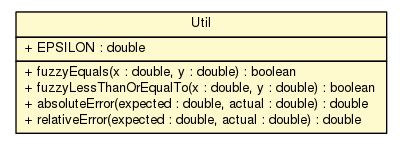
The Graphviz diagram doc/Utilities/Util.png in sinopeus/asteroids, before a commit. Its source is kept beside it as doc/Utilities/Util.dot. The source it was exported from:
```dot

digraph G {
	edge [fontname="Helvetica",fontsize=10,labelfontname="Helvetica",labelfontsize=10];
	node [fontname="Helvetica",fontsize=10,shape=plaintext];
	nodesep=0.25;
	ranksep=0.5;
	c17166 [label=<<table title="Utilities.Util" border="0" cellborder="1" cellspacing="0" cellpadding="2" port="p" bgcolor="lemonChiffon" href="./Util.html">
		<tr><td><table border="0" cellspacing="0" cellpadding="1">
<tr><td align="center" balign="center"> Util </td></tr>
		</table></td></tr>
		<tr><td><table border="0" cellspacing="0" cellpadding="1">
<tr><td align="left" balign="left"> + EPSILON : double </td></tr>
		</table></td></tr>
		<tr><td><table border="0" cellspacing="0" cellpadding="1">
<tr><td align="left" balign="left"> + fuzzyEquals(x : double, y : double) : boolean </td></tr>
<tr><td align="left" balign="left"> + fuzzyLessThanOrEqualTo(x : double, y : double) : boolean </td></tr>
<tr><td align="left" balign="left"> + absoluteError(expected : double, actual : double) : double </td></tr>
<tr><td align="left" balign="left"> + relativeError(expected : double, actual : double) : double </td></tr>
		</table></td></tr>
		</table>>, URL="./Util.html", fontname="Helvetica", fontcolor="black", fontsize=10.0];
}
```
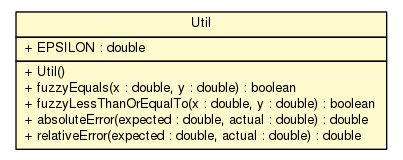
The same file after the commit.

Diff of the diagram source:
```diff
@@ -4,7 +4,7 @@
 	node [fontname="Helvetica",fontsize=10,shape=plaintext];
 	nodesep=0.25;
 	ranksep=0.5;
-	c17166 [label=<<table title="Utilities.Util" border="0" cellborder="1" cellspacing="0" cellpadding="2" port="p" bgcolor="lemonChiffon" href="./Util.html">
+	c17220 [label=<<table title="Utilities.Util" border="0" cellborder="1" cellspacing="0" cellpadding="2" port="p" bgcolor="lemonChiffon" href="./Util.html">
 		<tr><td><table border="0" cellspacing="0" cellpadding="1">
 <tr><td align="center" balign="center"> Util </td></tr>
 		</table></td></tr>
@@ -12,6 +12,7 @@
 <tr><td align="left" balign="left"> + EPSILON : double </td></tr>
 		</table></td></tr>
 		<tr><td><table border="0" cellspacing="0" cellpadding="1">
+<tr><td align="left" balign="left"> + Util() </td></tr>
 <tr><td align="left" balign="left"> + fuzzyEquals(x : double, y : double) : boolean </td></tr>
 <tr><td align="left" balign="left"> + fuzzyLessThanOrEqualTo(x : double, y : double) : boolean </td></tr>
 <tr><td align="left" balign="left"> + absoluteError(expected : double, actual : double) : double </td></tr>
```
